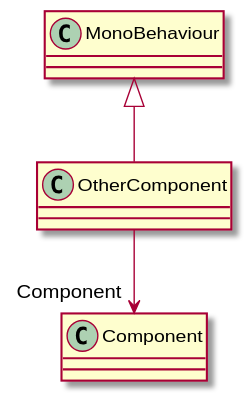
Delt06/unity-generate-uml keeps this PlantUML diagram as UML/Assets/Scripts/OtherComponent.svg. Above is the earlier version. Source of this version:
```plantuml
@startuml
class OtherComponent {
}
MonoBehaviour <|-- OtherComponent
OtherComponent --> "Component" Component
@enduml
```
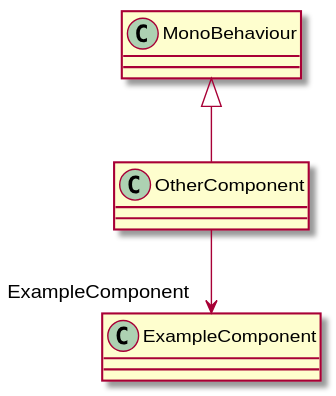
After the change.

Commit message:
Generate UML (Generate UML)

The edit, as a diff of the source:
```diff
@@ -2,5 +2,5 @@
 class OtherComponent {
 }
 MonoBehaviour <|-- OtherComponent
-OtherComponent --> "Component" Component
+OtherComponent --> "ExampleComponent" ExampleComponent
 @enduml
```
